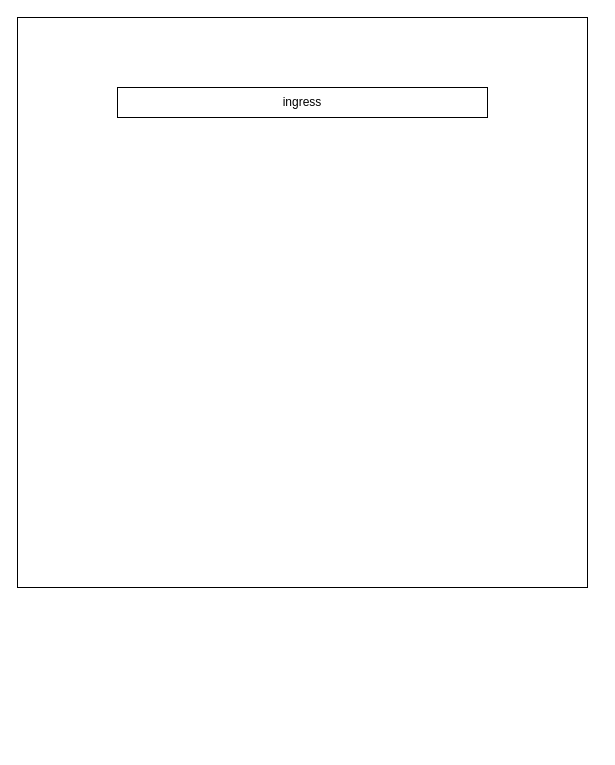
ccr606388/bus keeps this draw.io diagram as doc/未命名绘图.drawio. Above is the earlier version. Source tidied: cells renumbered, new cells numbered last; positions are measured from the earlier drawing's top-left corner, leaving out a move shared by most shapes. Both pictures are drawn from the tidied source at 100%, with x=0, y=0 at pixel (17, 17).
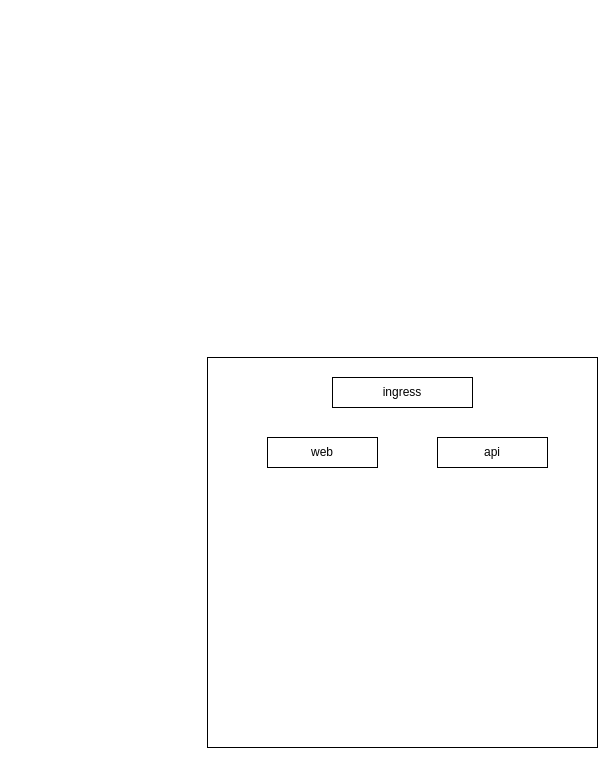
Above is the later version.

Change to the diagram source:
```diff
@@
 <mxGraphModel>
   <root>
     <mxCell id="0" />
     <mxCell id="1" parent="0" />
     <mxCell id="2" style="whiteSpace=wrap;html=1;" parent="1" vertex="1">
-      <mxGeometry width="570" height="570" as="geometry" />
+      <mxGeometry x="190" y="340" width="390" height="390" as="geometry" />
     </mxCell>
     <mxCell id="3" value="ingress" style="rounded=0;whiteSpace=wrap;html=1;" parent="1" vertex="1">
-      <mxGeometry x="100" y="70" width="370" height="30" as="geometry" />
+      <mxGeometry x="315" y="360" width="140" height="30" as="geometry" />
     </mxCell>
+    <mxCell id="4" value="web" style="rounded=0;whiteSpace=wrap;html=1;" parent="1" vertex="1">
+      <mxGeometry x="250" y="420" width="110" height="30" as="geometry" />
+    </mxCell>
+    <mxCell id="5" value="api" style="rounded=0;whiteSpace=wrap;html=1;" parent="1" vertex="1">
+      <mxGeometry x="420" y="420" width="110" height="30" as="geometry" />
+    </mxCell>
   </root>
 </mxGraphModel>
```
